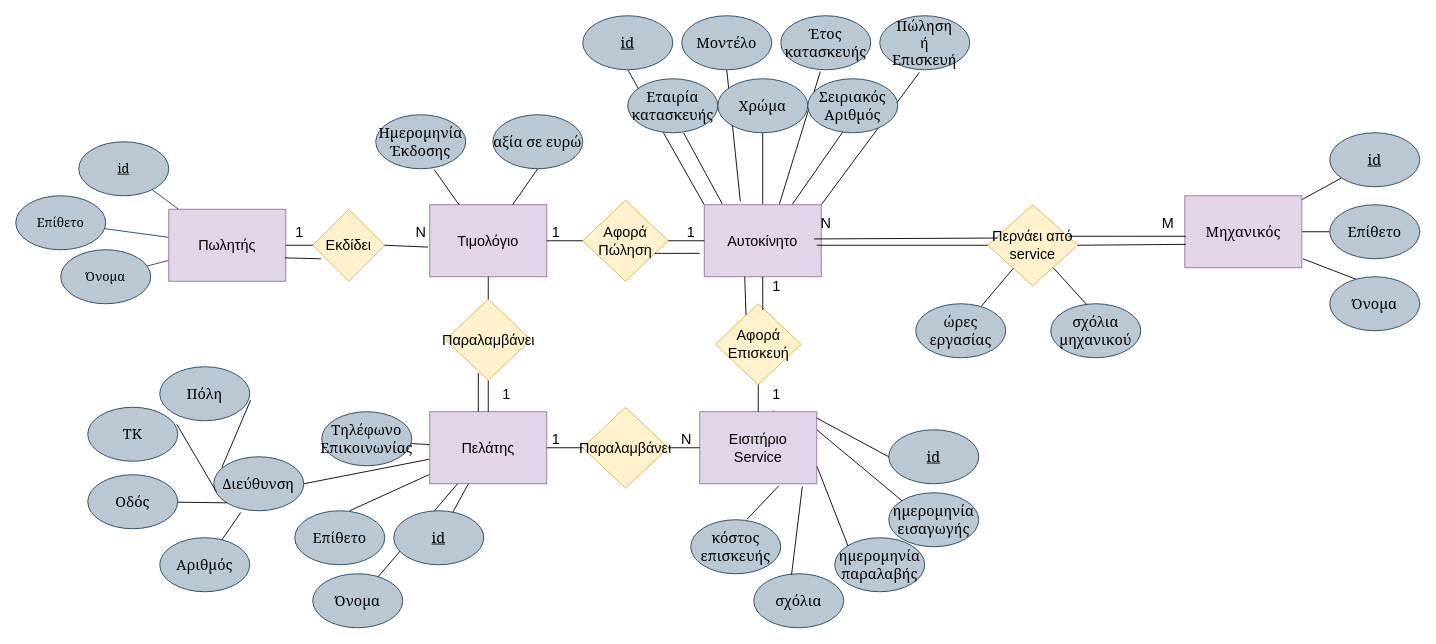
Earlier version of the draw.io diagram Untitled Diagram.drawio (mariapaikou/CarDealership-). Source tidied: cells renumbered, new cells numbered last; positions are measured from the earlier drawing's top-left corner, leaving out a move shared by most shapes. Both pictures are drawn from the tidied source at 90%, with x=0, y=0 at pixel (15, 15).
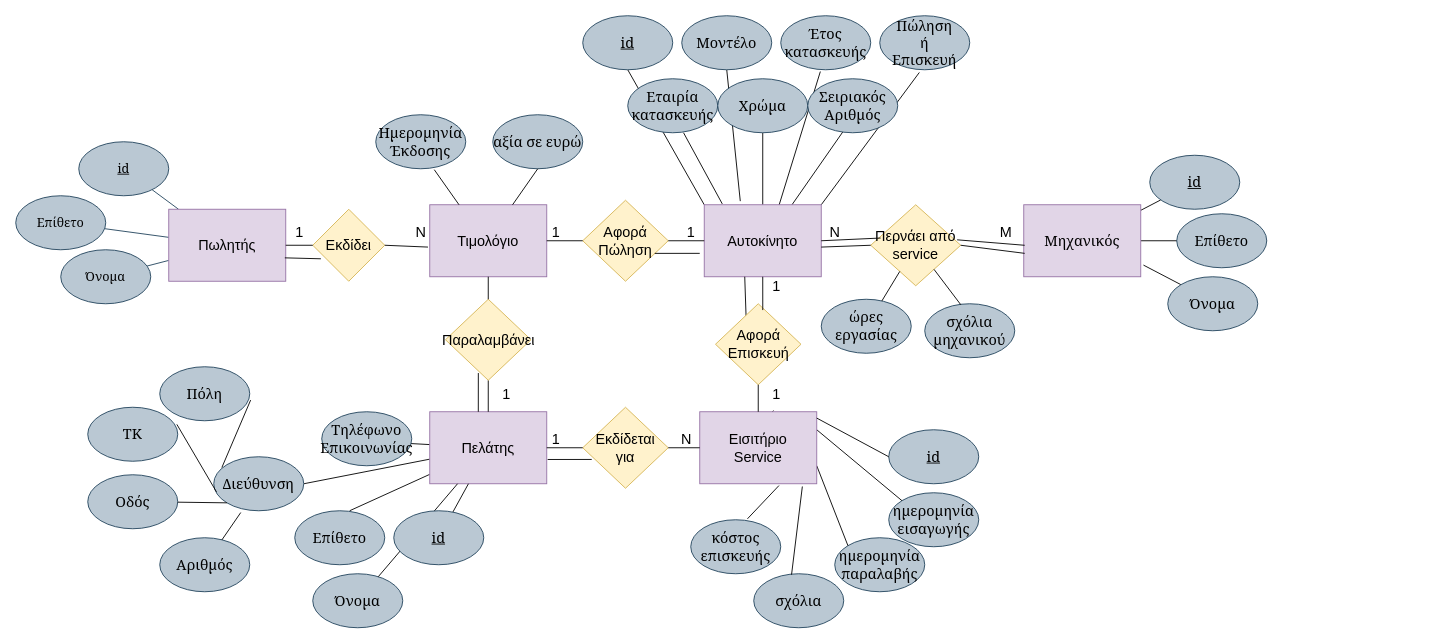
After the change.

Commit message:
making it beautiful

The change refers to these unchanged cells:
```xml
<mxCell id="23" value="&lt;div style=&quot;font-size: 16px;&quot;&gt;Αυτοκίνητο&lt;/div&gt;" style="rounded=0;whiteSpace=wrap;html=1;fillColor=#e1d5e7;strokeColor=#9673a6;fontSize=16;" parent="1" vertex="1">
  <mxGeometry x="765" y="210" width="130" height="80" as="geometry" />
</mxCell>
<mxCell id="34" value="Πελάτης" style="rounded=0;whiteSpace=wrap;html=1;fillColor=#e1d5e7;strokeColor=#9673a6;fontSize=16;" parent="1" vertex="1">
  <mxGeometry x="460" y="440" width="130" height="80" as="geometry" />
</mxCell>
```

Diff of the diagram source:
```diff
@@
-    <mxCell id="4" style="jettySize=auto;html=1;entryX=1;entryY=0.5;entryDx=0;entryDy=0;fontFamily=Georgia;endArrow=none;endFill=0;fontSize=16;" parent="1" edge="1" target="8">
-      <mxGeometry relative="1" as="geometry">
-        <mxPoint x="1430" y="270" as="sourcePoint" />
-      </mxGeometry>
+    <mxCell id="4" style="jettySize=auto;html=1;entryX=0;entryY=0;entryDx=0;entryDy=0;fontFamily=Georgia;endArrow=none;endFill=0;fontSize=16;exitX=1.023;exitY=0.838;exitDx=0;exitDy=0;exitPerimeter=0;" parent="1" edge="1" source="5" target="8">
+      <mxGeometry relative="1" as="geometry" />
     </mxCell>
     <mxCell id="5" value="&lt;font style=&quot;font-size: 16px;&quot; face=&quot;Georgia&quot;&gt;Μηχανικός&lt;/font&gt;" style="rounded=0;whiteSpace=wrap;html=1;fillColor=#e1d5e7;strokeColor=#9673a6;fontSize=16;" parent="1" vertex="1">
-      <mxGeometry x="1299" y="200" width="130" height="80" as="geometry" />
+      <mxGeometry x="1120" y="210" width="130" height="80" as="geometry" />
     </mxCell>
     <mxCell id="6" value="&lt;u&gt;id&lt;/u&gt;" style="ellipse;whiteSpace=wrap;html=1;fontFamily=Georgia;fillColor=#bac8d3;strokeColor=#23445d;fontSize=16;" parent="1" vertex="1">
-      <mxGeometry x="1460" y="130" width="100" height="60" as="geometry" />
+      <mxGeometry x="1260" y="155" width="100" height="60" as="geometry" />
     </mxCell>
     <mxCell id="7" value="&lt;div style=&quot;font-size: 16px;&quot;&gt;Επίθετο&lt;/div&gt;" style="ellipse;whiteSpace=wrap;html=1;fontFamily=Georgia;fillColor=#bac8d3;strokeColor=#23445d;fontSize=16;" parent="1" vertex="1">
-      <mxGeometry x="1460" y="210" width="100" height="60" as="geometry" />
+      <mxGeometry x="1290" y="220" width="100" height="60" as="geometry" />
     </mxCell>
     <mxCell id="8" value="Όνομα" style="ellipse;whiteSpace=wrap;html=1;fontFamily=Georgia;fillColor=#bac8d3;strokeColor=#23445d;fontSize=16;" parent="1" vertex="1">
-      <mxGeometry x="1460" y="290" width="100" height="60" as="geometry" />
+      <mxGeometry x="1280" y="290" width="100" height="60" as="geometry" />
     </mxCell>
@@
     <mxCell id="42" value="&lt;div style=&quot;font-size: 16px;&quot;&gt;Περνάει από&lt;/div&gt;&lt;div style=&quot;font-size: 16px;&quot;&gt;service&lt;br style=&quot;font-size: 16px;&quot;&gt;&lt;/div&gt;" style="rhombus;whiteSpace=wrap;html=1;fillColor=#fff2cc;strokeColor=#d6b656;fontSize=16;" parent="1" vertex="1">
-      <mxGeometry x="1080" y="210" width="100" height="90" as="geometry" />
+      <mxGeometry x="950" y="210" width="100" height="90" as="geometry" />
     </mxCell>
-    <mxCell id="43" style="edgeStyle=none;rounded=1;jettySize=auto;html=1;fontFamily=Georgia;endArrow=none;endFill=0;exitX=0.875;exitY=0.375;exitDx=0;exitDy=0;exitPerimeter=0;entryX=0.008;entryY=0.563;entryDx=0;entryDy=0;entryPerimeter=0;fontSize=16;" parent="1" edge="1" target="5">
-      <mxGeometry relative="1" as="geometry">
-        <mxPoint x="1170" y="245" as="sourcePoint" />
-      </mxGeometry>
+    <mxCell id="43" style="edgeStyle=none;rounded=1;jettySize=auto;html=1;fontFamily=Georgia;endArrow=none;endFill=0;exitX=0.96;exitY=0.433;exitDx=0;exitDy=0;exitPerimeter=0;entryX=0.008;entryY=0.563;entryDx=0;entryDy=0;entryPerimeter=0;fontSize=16;" parent="1" edge="1" source="42" target="5">
+      <mxGeometry relative="1" as="geometry" />
     </mxCell>
     <mxCell id="44" value="ώρες εργασίας" style="ellipse;whiteSpace=wrap;html=1;fontFamily=Georgia;fillColor=#bac8d3;strokeColor=#23445d;fontSize=16;" parent="1" vertex="1">
-      <mxGeometry x="1000" y="320" width="100" height="60" as="geometry" />
+      <mxGeometry x="895" y="315" width="100" height="60" as="geometry" />
     </mxCell>
     <mxCell id="45" value="&lt;div style=&quot;font-size: 16px;&quot;&gt;σχόλια μηχανικού&lt;/div&gt;" style="ellipse;whiteSpace=wrap;html=1;fontFamily=Georgia;fillColor=#bac8d3;strokeColor=#23445d;fontSize=16;" parent="1" vertex="1">
-      <mxGeometry x="1150" y="320" width="100" height="60" as="geometry" />
+      <mxGeometry x="1010" y="320" width="100" height="60" as="geometry" />
     </mxCell>
@@
     <mxCell id="60" value="N" style="text;html=1;align=center;verticalAlign=middle;points=[];strokeColor=none;fillColor=none;fontSize=16;" parent="1" vertex="1">
-      <mxGeometry x="880" y="215" width="40" height="30" as="geometry" />
+      <mxGeometry x="890" y="225" width="40" height="30" as="geometry" />
     </mxCell>
     <mxCell id="61" value="M" style="text;html=1;align=center;verticalAlign=middle;strokeColor=none;fillColor=none;fontSize=16;" parent="1" vertex="1">
-      <mxGeometry x="1260" y="215" width="40" height="30" as="geometry" />
+      <mxGeometry x="1080" y="225" width="40" height="30" as="geometry" />
     </mxCell>
@@
-    <mxCell id="63" style="edgeStyle=none;rounded=1;jettySize=auto;html=1;fontFamily=Georgia;endArrow=none;endFill=0;fontSize=16;entryX=0;entryY=0.5;entryDx=0;entryDy=0;" parent="1" edge="1" target="42">
-      <mxGeometry relative="1" as="geometry">
-        <mxPoint x="890" y="255" as="sourcePoint" />
-      </mxGeometry>
+    <mxCell id="63" style="edgeStyle=none;rounded=1;jettySize=auto;html=1;fontFamily=Georgia;endArrow=none;endFill=0;fontSize=16;entryX=0;entryY=0.5;entryDx=0;entryDy=0;exitX=1;exitY=0.588;exitDx=0;exitDy=0;exitPerimeter=0;" parent="1" edge="1" source="23" target="42">
+      <mxGeometry relative="1" as="geometry" />
     </mxCell>
-    <mxCell id="64" style="edgeStyle=none;rounded=1;jettySize=auto;html=1;fontFamily=Georgia;endArrow=none;endFill=0;fontSize=16;exitX=0.175;exitY=1.1;exitDx=0;exitDy=0;exitPerimeter=0;entryX=0.11;entryY=0.411;entryDx=0;entryDy=0;entryPerimeter=0;" parent="1" edge="1" source="60" target="42">
+    <mxCell id="64" style="edgeStyle=none;rounded=1;jettySize=auto;html=1;fontFamily=Georgia;endArrow=none;endFill=0;fontSize=16;entryX=0.11;entryY=0.411;entryDx=0;entryDy=0;entryPerimeter=0;exitX=1;exitY=0.5;exitDx=0;exitDy=0;" parent="1" edge="1" source="23" target="42">
       <mxGeometry relative="1" as="geometry" />
     </mxCell>
@@
-    <mxCell id="92" value="Παραλαμβάνει" style="rhombus;whiteSpace=wrap;html=1;fillColor=#fff2cc;strokeColor=#d6b656;fontSize=16;" parent="1" vertex="1">
+    <mxCell id="92" value="&lt;div&gt;Εκδίδεται&lt;/div&gt;&lt;div&gt;για&lt;br&gt;&lt;/div&gt;" style="rhombus;whiteSpace=wrap;html=1;fillColor=#fff2cc;strokeColor=#d6b656;fontSize=16;" parent="1" vertex="1">
       <mxGeometry x="630" y="435" width="95" height="90" as="geometry" />
     </mxCell>
@@
+    <mxCell id="106" style="endArrow=none;html=1;rounded=0;fontSize=16;exitX=1.008;exitY=0.663;exitDx=0;exitDy=0;exitPerimeter=0;" parent="1" edge="1" source="34">
+      <mxGeometry relative="1" as="geometry">
+        <mxPoint x="640" y="493" as="targetPoint" />
+      </mxGeometry>
+    </mxCell>
```
